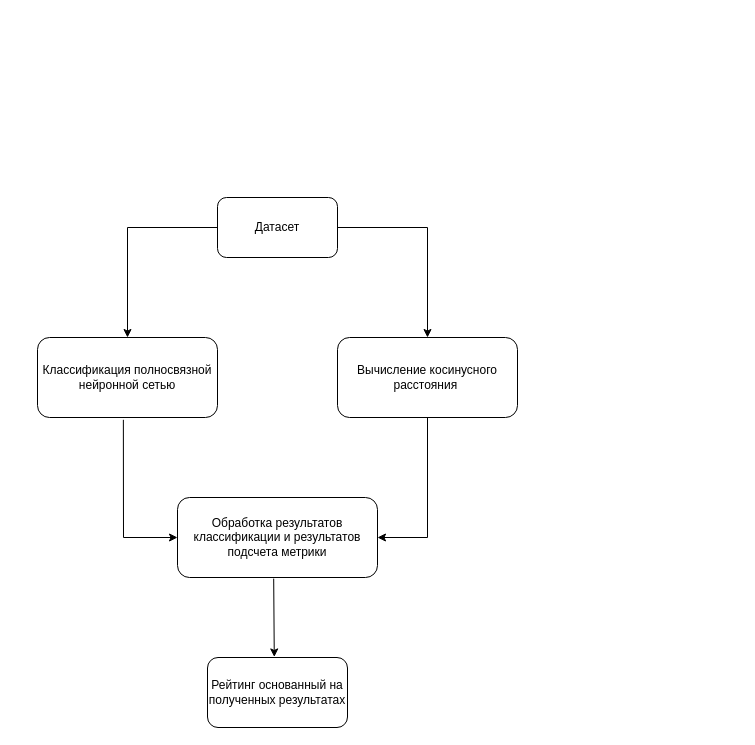
gearwheels/RBD keeps this draw.io diagram as Диаграмма без названия.drawio. Above is the earlier version. Source tidied: cells renumbered, new cells numbered last; positions are measured from the earlier drawing's top-left corner, leaving out a move shared by most shapes. Both pictures are drawn from the tidied source at 100%, with x=0, y=0 at pixel (37, 197).
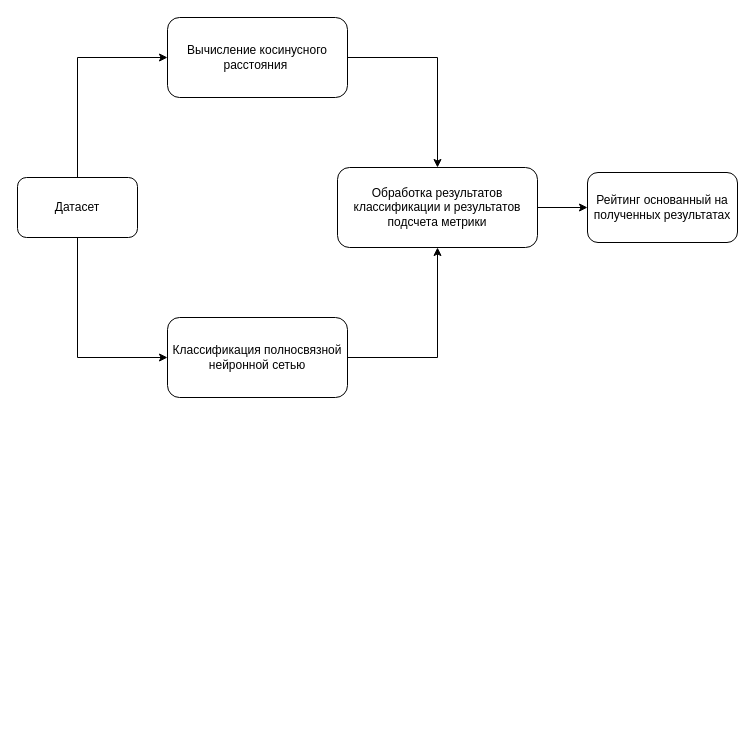
Above is the later version.

Commit message:
Обновление Диаграмма без названияПРЕЗА.drawio

Diff of the diagram source:
```diff
@@
 <mxGraphModel>
   <root>
     <mxCell id="0" />
     <mxCell id="1" parent="0" />
     <mxCell id="2" value="Датасет" style="rounded=1;whiteSpace=wrap;html=1;" parent="1" vertex="1">
-      <mxGeometry x="180" width="120" height="60" as="geometry" />
+      <mxGeometry x="-20" y="-20" width="120" height="60" as="geometry" />
     </mxCell>
     <mxCell id="3" value="Классификация полносвязной нейронной сетью" style="rounded=1;whiteSpace=wrap;html=1;" parent="1" vertex="1">
-      <mxGeometry y="140" width="180" height="80" as="geometry" />
+      <mxGeometry x="130" y="120" width="180" height="80" as="geometry" />
     </mxCell>
     <mxCell id="4" value="Вычисление косинусного расстояния&amp;nbsp;" style="rounded=1;whiteSpace=wrap;html=1;" parent="1" vertex="1">
-      <mxGeometry x="300" y="140" width="180" height="80" as="geometry" />
+      <mxGeometry x="130" y="-180" width="180" height="80" as="geometry" />
     </mxCell>
     <mxCell id="5" value="Обработка результатов классификации и результатов подсчета метрики" style="rounded=1;whiteSpace=wrap;html=1;" parent="1" vertex="1">
-      <mxGeometry x="140" y="300" width="200" height="80" as="geometry" />
+      <mxGeometry x="300" y="-30" width="200" height="80" as="geometry" />
     </mxCell>
     <mxCell id="6" value="Рейтинг основанный на полученных результатах" style="rounded=1;whiteSpace=wrap;html=1;" parent="1" vertex="1">
-      <mxGeometry x="170" y="460" width="140" height="70" as="geometry" />
+      <mxGeometry x="550" y="-25" width="150" height="70" as="geometry" />
     </mxCell>
-    <mxCell id="7" style="endArrow=classic;html=1;rounded=0;exitX=0.477;exitY=1.029;exitDx=0;exitDy=0;exitPerimeter=0;entryX=0;entryY=0.5;entryDx=0;entryDy=0;" parent="1" edge="1" source="3" target="5">
+    <mxCell id="7" style="endArrow=classic;html=1;rounded=0;exitX=1;exitY=0.5;exitDx=0;exitDy=0;entryX=0.5;entryY=1;entryDx=0;entryDy=0;" parent="1" edge="1" source="3" target="5">
       <mxGeometry relative="1" as="geometry">
         <Array as="points">
-          <mxPoint x="86" y="340" />
+          <mxPoint x="400" y="160" />
         </Array>
       </mxGeometry>
     </mxCell>
-    <mxCell id="8" style="endArrow=classic;html=1;rounded=0;exitX=0.477;exitY=1.029;exitDx=0;exitDy=0;exitPerimeter=0;entryX=1;entryY=0.5;entryDx=0;entryDy=0;" parent="1" edge="1" target="5">
+    <mxCell id="8" style="endArrow=classic;html=1;rounded=0;exitX=1;exitY=0.5;exitDx=0;exitDy=0;entryX=0.5;entryY=0;entryDx=0;entryDy=0;" parent="1" edge="1" source="4" target="5">
       <mxGeometry relative="1" as="geometry">
-        <mxPoint x="390" y="220" as="sourcePoint" />
         <Array as="points">
-          <mxPoint x="390" y="340" />
+          <mxPoint x="400" y="-140" />
         </Array>
       </mxGeometry>
     </mxCell>
-    <mxCell id="9" style="endArrow=classic;html=1;rounded=0;exitX=0;exitY=0.5;exitDx=0;exitDy=0;entryX=0.5;entryY=0;entryDx=0;entryDy=0;" parent="1" edge="1" source="2" target="3">
+    <mxCell id="9" style="endArrow=classic;html=1;rounded=0;entryX=0;entryY=0.5;entryDx=0;entryDy=0;" parent="1" edge="1" target="3">
       <mxGeometry relative="1" as="geometry">
+        <mxPoint x="40" y="40" as="sourcePoint" />
         <Array as="points">
-          <mxPoint x="90" y="30" />
+          <mxPoint x="40" y="160" />
         </Array>
       </mxGeometry>
     </mxCell>
-    <mxCell id="10" style="endArrow=classic;html=1;rounded=0;exitX=0.481;exitY=1.014;exitDx=0;exitDy=0;exitPerimeter=0;entryX=0.477;entryY=-0.008;entryDx=0;entryDy=0;entryPerimeter=0;" parent="1" edge="1" source="5" target="6">
+    <mxCell id="10" style="endArrow=classic;html=1;rounded=0;exitX=1;exitY=0.5;exitDx=0;exitDy=0;entryX=0;entryY=0.5;entryDx=0;entryDy=0;" parent="1" edge="1" source="5" target="6">
       <mxGeometry relative="1" as="geometry" />
     </mxCell>
-    <mxCell id="11" style="endArrow=classic;html=1;rounded=0;entryX=0.5;entryY=0;entryDx=0;entryDy=0;" parent="1" edge="1" source="2" target="4">
+    <mxCell id="11" style="endArrow=classic;html=1;rounded=0;entryX=0;entryY=0.5;entryDx=0;entryDy=0;" parent="1" edge="1" source="2" target="4">
       <mxGeometry relative="1" as="geometry">
         <Array as="points">
-          <mxPoint x="390" y="30" />
+          <mxPoint x="40" y="-140" />
         </Array>
       </mxGeometry>
     </mxCell>
   </root>
 </mxGraphModel>
```
